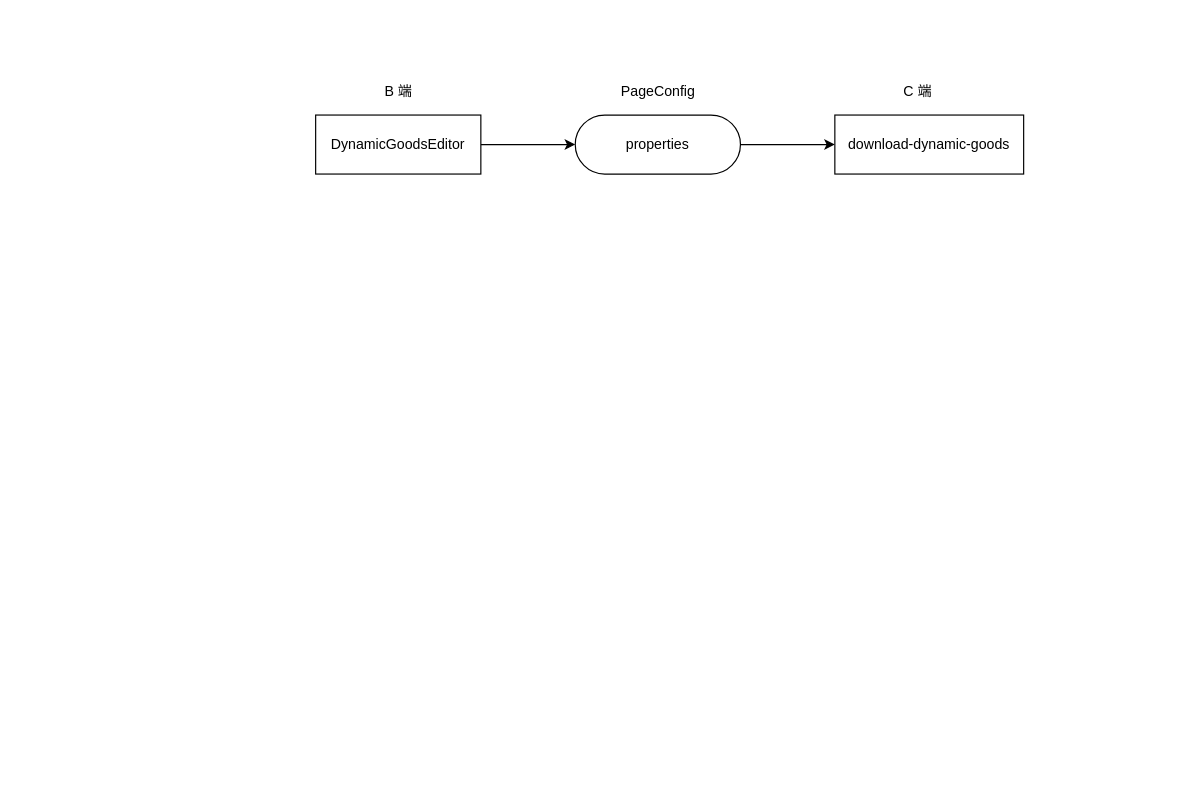
Before: Untitled Diagram.drawio in qqqqqcy/processon, a draw.io diagram. Source tidied: cells renumbered, new cells numbered last; positions are measured from the earlier drawing's top-left corner, leaving out a move shared by most shapes. Both pictures are drawn from the tidied source at 118%, with x=0, y=0 at pixel (315, 79).
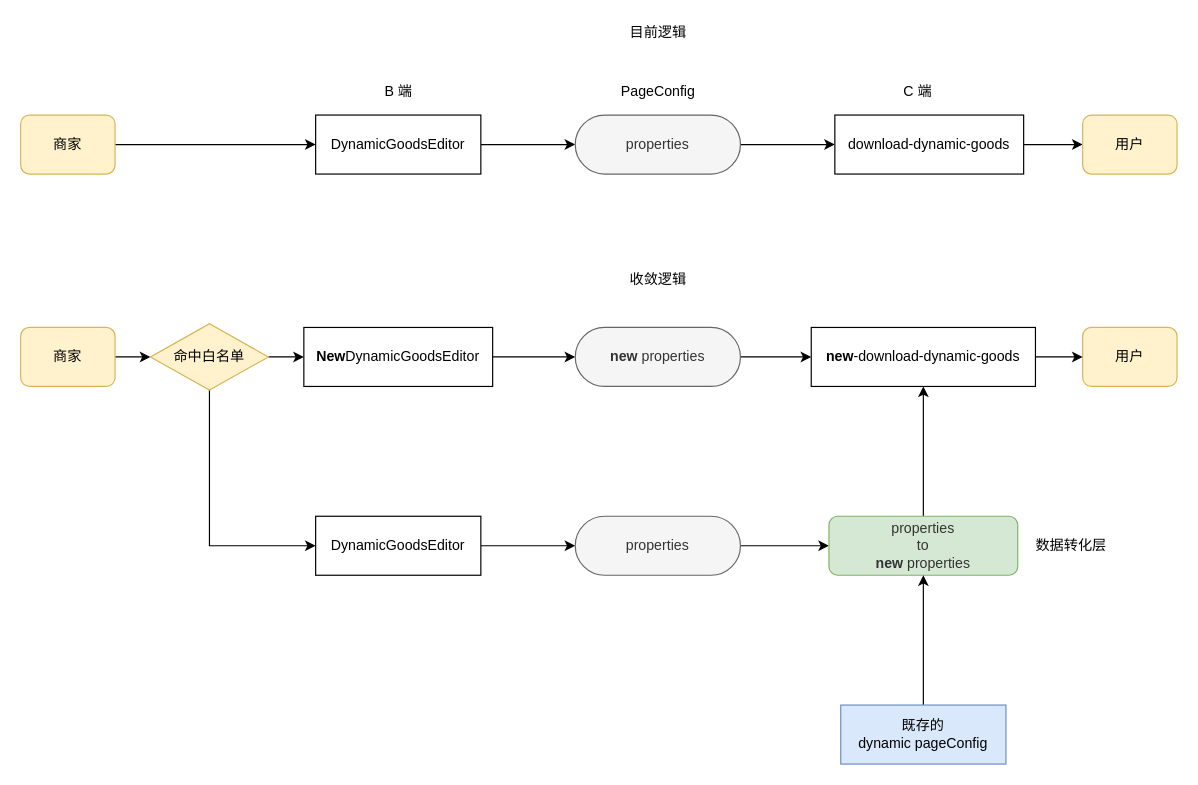
The same page after the edit.

Commit message:
动态组件收敛设计.drawio

Unchanged cells that the change refers to:
```xml
<mxCell id="3" value="DynamicGoodsEditor" style="rounded=0;whiteSpace=wrap;html=1;" parent="1" vertex="1">
  <mxGeometry y="30" width="140" height="50" as="geometry" />
</mxCell>
<mxCell id="8" value="download-dynamic-goods" style="rounded=0;whiteSpace=wrap;html=1;" parent="1" vertex="1">
  <mxGeometry x="440" y="30" width="160" height="50" as="geometry" />
</mxCell>
```

What changed in the source:
```diff
@@
-    <mxCell id="5" value="properties" style="rounded=1;whiteSpace=wrap;html=1;arcSize=50;" parent="1" vertex="1">
+    <mxCell id="5" value="properties" style="rounded=1;whiteSpace=wrap;html=1;arcSize=50;fillColor=#f5f5f5;strokeColor=#666666;fontColor=#333333;" parent="1" vertex="1">
       <mxGeometry x="220" y="30" width="140" height="50" as="geometry" />
     </mxCell>
@@
+    <mxCell id="10" style="edgeStyle=orthogonalEdgeStyle;rounded=0;jettySize=auto;html=1;" parent="1" edge="1" source="8" target="13">
+      <mxGeometry relative="1" as="geometry" />
+    </mxCell>
@@
+    <mxCell id="11" style="edgeStyle=orthogonalEdgeStyle;rounded=0;jettySize=auto;html=1;" parent="1" edge="1" source="12" target="3">
+      <mxGeometry relative="1" as="geometry" />
+    </mxCell>
+    <mxCell id="12" value="商家" style="whiteSpace=wrap;html=1;rounded=1;fillColor=#fff2cc;strokeColor=#d6b656;" parent="1" vertex="1">
+      <mxGeometry x="-250" y="30" width="80" height="50" as="geometry" />
+    </mxCell>
+    <mxCell id="13" value="用户" style="whiteSpace=wrap;html=1;rounded=1;fillColor=#fff2cc;strokeColor=#d6b656;" parent="1" vertex="1">
+      <mxGeometry x="650" y="30" width="80" height="50" as="geometry" />
+    </mxCell>
+    <mxCell id="14" value="目前逻辑" style="text;html=1;align=center;verticalAlign=middle;" parent="1" vertex="1">
+      <mxGeometry x="260" y="-50" width="60" height="20" as="geometry" />
+    </mxCell>
+    <mxCell id="15" style="edgeStyle=orthogonalEdgeStyle;rounded=0;jettySize=auto;html=1;" parent="1" edge="1" source="16" target="18">
+      <mxGeometry relative="1" as="geometry" />
+    </mxCell>
+    <mxCell id="16" value="DynamicGoodsEditor" style="rounded=0;whiteSpace=wrap;html=1;" parent="1" vertex="1">
+      <mxGeometry y="370" width="140" height="50" as="geometry" />
+    </mxCell>
+    <mxCell id="17" style="edgeStyle=orthogonalEdgeStyle;rounded=0;jettySize=auto;html=1;" parent="1" edge="1" source="18" target="20">
+      <mxGeometry relative="1" as="geometry" />
+    </mxCell>
+    <mxCell id="18" value="properties" style="rounded=1;whiteSpace=wrap;html=1;arcSize=50;fillColor=#f5f5f5;strokeColor=#666666;fontColor=#333333;" parent="1" vertex="1">
+      <mxGeometry x="220" y="370" width="140" height="50" as="geometry" />
+    </mxCell>
+    <mxCell id="19" style="edgeStyle=orthogonalEdgeStyle;rounded=0;jettySize=auto;html=1;" parent="1" edge="1" source="20" target="30">
+      <mxGeometry relative="1" as="geometry" />
+    </mxCell>
+    <mxCell id="20" value="&lt;span style=&quot;color: rgb(51 , 51 , 51) ; font-family: &amp;#34;helvetica&amp;#34; ; font-size: 12px ; font-style: normal ; font-weight: 400 ; letter-spacing: normal ; text-align: center ; text-indent: 0px ; text-transform: none ; word-spacing: 0px ; display: inline ; float: none&quot;&gt;properties&lt;br&gt;to&lt;br&gt;&lt;b style=&quot;font-family: &amp;#34;helvetica&amp;#34;&quot;&gt;new&lt;/b&gt;&lt;span style=&quot;font-family: &amp;#34;helvetica&amp;#34;&quot;&gt;&amp;nbsp;properties&lt;/span&gt;&lt;br&gt;&lt;/span&gt;" style="rounded=1;whiteSpace=wrap;html=1;shadow=0;sketch=0;fillColor=#d5e8d4;strokeColor=#82b366;" parent="1" vertex="1">
+      <mxGeometry x="435" y="370" width="160" height="50" as="geometry" />
+    </mxCell>
+    <mxCell id="21" style="edgeStyle=orthogonalEdgeStyle;rounded=0;jettySize=auto;html=1;" parent="1" edge="1" source="22" target="34">
+      <mxGeometry relative="1" as="geometry" />
+    </mxCell>
+    <mxCell id="22" value="商家" style="whiteSpace=wrap;html=1;rounded=1;fillColor=#fff2cc;strokeColor=#d6b656;" parent="1" vertex="1">
+      <mxGeometry x="-250" y="210" width="80" height="50" as="geometry" />
+    </mxCell>
+    <mxCell id="23" value="用户" style="whiteSpace=wrap;html=1;rounded=1;fillColor=#fff2cc;strokeColor=#d6b656;" parent="1" vertex="1">
+      <mxGeometry x="650" y="210" width="80" height="50" as="geometry" />
+    </mxCell>
+    <mxCell id="24" value="收敛逻辑" style="text;html=1;align=center;verticalAlign=middle;" parent="1" vertex="1">
+      <mxGeometry x="260" y="160" width="60" height="20" as="geometry" />
+    </mxCell>
+    <mxCell id="25" style="edgeStyle=orthogonalEdgeStyle;rounded=0;jettySize=auto;html=1;" parent="1" edge="1" source="26" target="28">
+      <mxGeometry relative="1" as="geometry" />
+    </mxCell>
+    <mxCell id="26" value="&lt;b&gt;New&lt;/b&gt;DynamicGoodsEditor" style="rounded=0;whiteSpace=wrap;html=1;" parent="1" vertex="1">
+      <mxGeometry x="-10" y="210" width="160" height="50" as="geometry" />
+    </mxCell>
+    <mxCell id="27" style="edgeStyle=orthogonalEdgeStyle;rounded=0;jettySize=auto;html=1;" parent="1" edge="1" source="28" target="30">
+      <mxGeometry relative="1" as="geometry" />
+    </mxCell>
+    <mxCell id="28" value="&lt;b&gt;new&lt;/b&gt; properties" style="rounded=1;whiteSpace=wrap;html=1;arcSize=50;fillColor=#f5f5f5;strokeColor=#666666;fontColor=#333333;" parent="1" vertex="1">
+      <mxGeometry x="220" y="210" width="140" height="50" as="geometry" />
+    </mxCell>
+    <mxCell id="29" style="edgeStyle=orthogonalEdgeStyle;rounded=0;jettySize=auto;html=1;" parent="1" edge="1" source="30" target="23">
+      <mxGeometry relative="1" as="geometry" />
+    </mxCell>
+    <mxCell id="30" value="&lt;b&gt;new&lt;/b&gt;-download-dynamic-goods" style="rounded=0;whiteSpace=wrap;html=1;" parent="1" vertex="1">
+      <mxGeometry x="420" y="210" width="190" height="50" as="geometry" />
+    </mxCell>
+    <mxCell id="31" value="数据转化层" style="text;html=1;align=center;verticalAlign=middle;" parent="1" vertex="1">
+      <mxGeometry x="600" y="385" width="80" height="20" as="geometry" />
+    </mxCell>
+    <mxCell id="32" style="edgeStyle=orthogonalEdgeStyle;rounded=0;jettySize=auto;html=1;" parent="1" edge="1" source="34" target="26">
+      <mxGeometry relative="1" as="geometry" />
+    </mxCell>
+    <mxCell id="33" style="edgeStyle=orthogonalEdgeStyle;rounded=0;jettySize=auto;html=1;exitX=0.5;exitY=1;exitDx=0;exitDy=0;entryX=0;entryY=0.5;entryDx=0;entryDy=0;" parent="1" edge="1" source="34" target="16">
+      <mxGeometry relative="1" as="geometry" />
+    </mxCell>
+    <mxCell id="34" value="命中白名单" style="rhombus;whiteSpace=wrap;html=1;rounded=1;strokeColor=#d6b656;fillColor=#fff2cc;arcSize=0;" parent="1" vertex="1">
+      <mxGeometry x="-140" y="206.9" width="100" height="56.2" as="geometry" />
+    </mxCell>
+    <mxCell id="35" style="edgeStyle=orthogonalEdgeStyle;rounded=0;jettySize=auto;html=1;" parent="1" edge="1" source="36" target="20">
+      <mxGeometry relative="1" as="geometry" />
+    </mxCell>
+    <mxCell id="36" value="既存的 &lt;br&gt;dynamic pageConfig" style="rounded=1;whiteSpace=wrap;html=1;arcSize=0;fillColor=#dae8fc;strokeColor=#6c8ebf;" parent="1" vertex="1">
+      <mxGeometry x="445" y="530" width="140" height="50" as="geometry" />
+    </mxCell>
```
